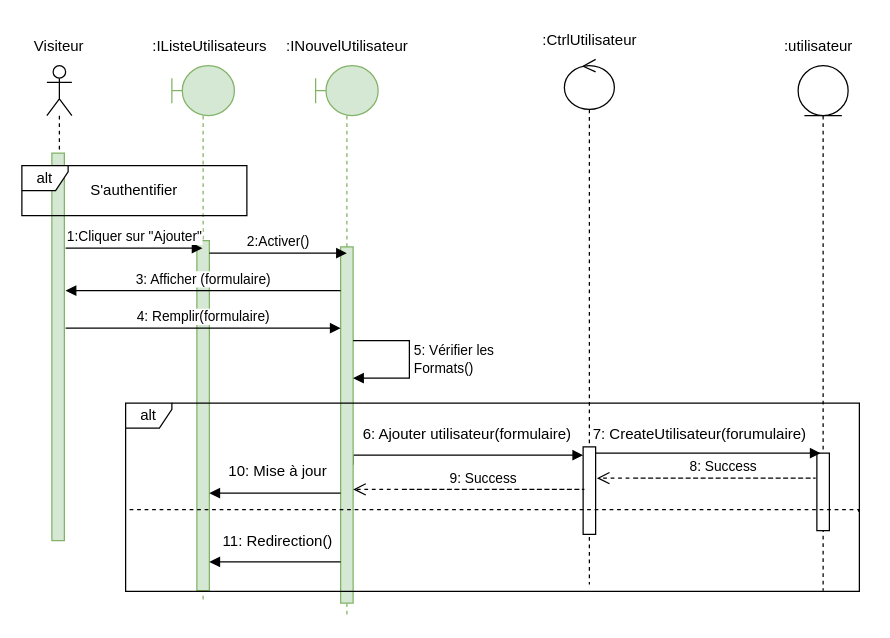
The draw.io diagram Digram de Séquence/Diagramme sans nom.drawio in mohamedimem/event-, before the edit. Source tidied: cells renumbered, new cells numbered last; positions are measured from the earlier drawing's top-left corner, leaving out a move shared by most shapes. Both pictures are drawn from the tidied source at 125%, with x=0, y=0 at pixel (21, 21).
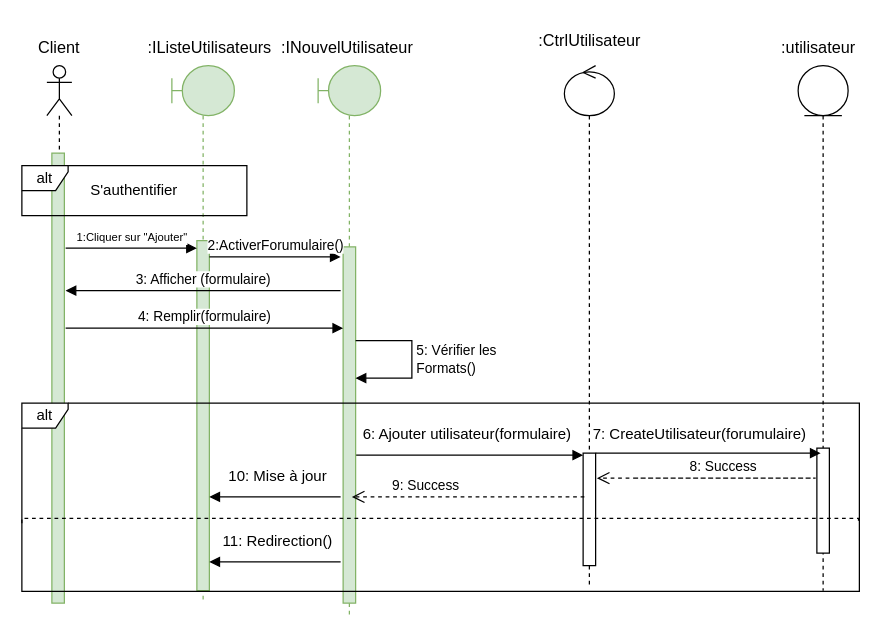
After the change.

Commit message:
Mettre à jour Diagramme sans nom.drawio

The change refers to these unchanged cells:
```xml
<mxCell id="2" style="shape=umlLifeline;perimeter=lifelinePerimeter;whiteSpace=wrap;html=1;outlineConnect=0;portConstraint=eastwest;newEdgeStyle={&quot;edgeStyle&quot;:&quot;elbowEdgeStyle&quot;,&quot;elbow&quot;:&quot;vertical&quot;,&quot;curved&quot;:0,&quot;rounded&quot;:0};participant=umlBoundary;fillColor=#d5e8d4;strokeColor=#82b366;" parent="1" vertex="1">
  <mxGeometry x="120" y="35" width="50" height="430" as="geometry" />
</mxCell>
<mxCell id="6" style="shape=umlLifeline;perimeter=lifelinePerimeter;whiteSpace=wrap;html=1;newEdgeStyle={&quot;edgeStyle&quot;:&quot;elbowEdgeStyle&quot;,&quot;elbow&quot;:&quot;vertical&quot;,&quot;curved&quot;:0,&quot;rounded&quot;:0};participant=umlEntity;" parent="1" vertex="1">
  <mxGeometry x="621" y="35" width="40" height="420" as="geometry" />
</mxCell>
```

Diff of the diagram source:
```diff
@@
     <mxCell id="4" style="shape=umlLifeline;perimeter=lifelinePerimeter;whiteSpace=wrap;html=1;newEdgeStyle={&quot;edgeStyle&quot;:&quot;elbowEdgeStyle&quot;,&quot;elbow&quot;:&quot;vertical&quot;,&quot;curved&quot;:0,&quot;rounded&quot;:0};participant=umlActor;" parent="1" vertex="1">
-      <mxGeometry x="20" y="35" width="20" height="380" as="geometry" />
+      <mxGeometry x="20" y="35" width="20" height="430" as="geometry" />
     </mxCell>
     <mxCell id="5" style="html=1;perimeter=orthogonalPerimeter;targetShapes=umlLifeline;newEdgeStyle={&quot;edgeStyle&quot;:&quot;elbowEdgeStyle&quot;,&quot;elbow&quot;:&quot;vertical&quot;,&quot;curved&quot;:0,&quot;rounded&quot;:0};fillColor=#d5e8d4;strokeColor=#82b366;" parent="4" vertex="1">
-      <mxGeometry x="4" y="70" width="10" height="310" as="geometry" />
+      <mxGeometry x="4" y="70" width="10" height="360" as="geometry" />
     </mxCell>
@@
     <mxCell id="7" style="html=1;perimeter=orthogonalPerimeter;targetShapes=umlLifeline;newEdgeStyle={&quot;edgeStyle&quot;:&quot;elbowEdgeStyle&quot;,&quot;elbow&quot;:&quot;vertical&quot;,&quot;curved&quot;:0,&quot;rounded&quot;:0};" parent="6" vertex="1">
-      <mxGeometry x="15" y="310" width="10" height="62" as="geometry" />
+      <mxGeometry x="15" y="306" width="10" height="84" as="geometry" />
     </mxCell>
     <mxCell id="8" style="shape=umlLifeline;perimeter=lifelinePerimeter;whiteSpace=wrap;html=1;newEdgeStyle={&quot;edgeStyle&quot;:&quot;elbowEdgeStyle&quot;,&quot;elbow&quot;:&quot;vertical&quot;,&quot;curved&quot;:0,&quot;rounded&quot;:0};participant=umlControl;" parent="1" vertex="1">
-      <mxGeometry x="434" y="30" width="40" height="420" as="geometry" />
+      <mxGeometry x="434" y="35" width="40" height="415" as="geometry" />
     </mxCell>
     <mxCell id="9" style="html=1;points=[];perimeter=orthogonalPerimeter;outlineConnect=0;targetShapes=umlLifeline;portConstraint=eastwest;newEdgeStyle={&quot;edgeStyle&quot;:&quot;elbowEdgeStyle&quot;,&quot;elbow&quot;:&quot;vertical&quot;,&quot;curved&quot;:0,&quot;rounded&quot;:0};" parent="8" vertex="1">
-      <mxGeometry x="15" y="310" width="10" height="70" as="geometry" />
+      <mxGeometry x="15" y="310" width="10" height="90" as="geometry" />
     </mxCell>
-    <mxCell id="10" value="1:Cliquer sur &quot;Ajouter&quot;" style="html=1;verticalAlign=bottom;endArrow=block;edgeStyle=elbowEdgeStyle;elbow=vertical;curved=0;rounded=0;" parent="1" edge="1" target="2">
-      <mxGeometry relative="1" as="geometry">
-        <mxPoint x="35" y="181" as="sourcePoint" />
-        <Array as="points">
-          <mxPoint x="135" y="181" />
-          <mxPoint x="145" y="161" />
-          <mxPoint x="45" y="131" />
-          <mxPoint x="95" y="131" />
-        </Array>
-      </mxGeometry>
-    </mxCell>
-    <mxCell id="11" value=":INouvelUtilisateur" style="text;html=1;align=center;verticalAlign=middle;strokeColor=none;fillColor=none;" parent="1" vertex="1">
-      <mxGeometry x="200" y="5" width="120" height="30" as="geometry" />
+    <mxCell id="11" value=":INouvelUtilisateur" style="text;html=1;align=center;verticalAlign=middle;strokeColor=none;fillColor=none;fontSize=13;" parent="1" vertex="1">
+      <mxGeometry x="195" y="5" width="130" height="30" as="geometry" />
     </mxCell>
-    <mxCell id="12" value=":CtrlUtilisateur" style="text;html=1;align=center;verticalAlign=middle;strokeColor=none;fillColor=none;" parent="1" vertex="1">
-      <mxGeometry x="404" width="100" height="30" as="geometry" />
+    <mxCell id="12" value=":CtrlUtilisateur" style="text;html=1;align=center;verticalAlign=middle;strokeColor=none;fillColor=none;fontSize=13;" parent="1" vertex="1">
+      <mxGeometry x="399" width="110" height="30" as="geometry" />
     </mxCell>
-    <mxCell id="13" value=":utilisateur" style="text;html=1;align=center;verticalAlign=middle;strokeColor=none;fillColor=none;" parent="1" vertex="1">
+    <mxCell id="13" value=":utilisateur" style="text;html=1;align=center;verticalAlign=middle;strokeColor=none;fillColor=none;fontSize=13;" parent="1" vertex="1">
       <mxGeometry x="597" y="5" width="80" height="30" as="geometry" />
     </mxCell>
-    <mxCell id="14" value="Visiteur" style="text;html=1;strokeColor=none;fillColor=none;align=center;verticalAlign=middle;whiteSpace=wrap;rounded=0;" parent="1" vertex="1">
+    <mxCell id="14" value="Client" style="text;html=1;strokeColor=none;fillColor=none;align=center;verticalAlign=middle;whiteSpace=wrap;rounded=0;fontSize=13;" parent="1" vertex="1">
       <mxGeometry y="5" width="60" height="30" as="geometry" />
     </mxCell>
-    <mxCell id="15" value=":IListeUtilisateurs" style="text;html=1;align=center;verticalAlign=middle;strokeColor=none;fillColor=none;" parent="1" vertex="1">
-      <mxGeometry x="95" y="5" width="110" height="30" as="geometry" />
+    <mxCell id="15" value=":IListeUtilisateurs" style="text;html=1;align=center;verticalAlign=middle;strokeColor=none;fillColor=none;fontSize=13;" parent="1" vertex="1">
+      <mxGeometry x="90" y="5" width="120" height="30" as="geometry" />
     </mxCell>
@@
     <mxCell id="19" style="shape=umlLifeline;perimeter=lifelinePerimeter;whiteSpace=wrap;html=1;newEdgeStyle={&quot;edgeStyle&quot;:&quot;elbowEdgeStyle&quot;,&quot;elbow&quot;:&quot;vertical&quot;,&quot;curved&quot;:0,&quot;rounded&quot;:0};participant=umlBoundary;fillColor=#d5e8d4;strokeColor=#82b366;" parent="1" vertex="1">
-      <mxGeometry x="235" y="35" width="50" height="440" as="geometry" />
+      <mxGeometry x="237" y="35" width="50" height="440" as="geometry" />
     </mxCell>
@@
-    <mxCell id="24" value="2:Activer()" style="html=1;verticalAlign=bottom;endArrow=block;edgeStyle=elbowEdgeStyle;elbow=vertical;curved=0;rounded=0;" parent="1" edge="1">
+    <mxCell id="24" value="2:ActiverForumulaire()" style="html=1;verticalAlign=bottom;endArrow=block;edgeStyle=elbowEdgeStyle;elbow=vertical;curved=0;rounded=0;" parent="1" edge="1">
       <mxGeometry relative="1" as="geometry">
-        <mxPoint x="150" y="185" as="sourcePoint" />
-        <mxPoint x="260" y="185" as="targetPoint" />
+        <mxPoint x="150" y="188" as="sourcePoint" />
+        <mxPoint x="255" y="188" as="targetPoint" />
         <Array as="points">
-          <mxPoint x="250" y="185" />
-          <mxPoint x="260" y="165" />
-          <mxPoint x="160" y="135" />
-          <mxPoint x="210" y="135" />
+          <mxPoint x="250" y="188" />
+          <mxPoint x="260" y="168" />
+          <mxPoint x="160" y="138" />
+          <mxPoint x="210" y="138" />
         </Array>
       </mxGeometry>
     </mxCell>
@@
     <mxCell id="27" value="alt" style="shape=umlFrame;whiteSpace=wrap;html=1;width=37;height=20;" parent="1" vertex="1">
-      <mxGeometry x="83" y="305" width="587" height="150.5" as="geometry" />
+      <mxGeometry y="305" width="670" height="150.5" as="geometry" />
     </mxCell>
@@
-    <mxCell id="29" style="html=1;verticalAlign=bottom;endArrow=none;edgeStyle=elbowEdgeStyle;elbow=vertical;curved=0;rounded=0;dashed=1;endFill=0;exitX=0.999;exitY=0.578;exitDx=0;exitDy=0;exitPerimeter=0;" parent="1" edge="1" source="27">
+    <mxCell id="29" style="html=1;verticalAlign=bottom;endArrow=none;edgeStyle=elbowEdgeStyle;elbow=vertical;curved=0;rounded=0;dashed=1;endFill=0;exitX=0.999;exitY=0.578;exitDx=0;exitDy=0;exitPerimeter=0;entryX=0;entryY=0.598;entryDx=0;entryDy=0;entryPerimeter=0;" parent="1" edge="1">
       <mxGeometry relative="1" as="geometry">
-        <mxPoint x="83" y="390.2" as="targetPoint" />
+        <mxPoint x="669.3" y="399" as="sourcePoint" />
+        <mxPoint y="402" as="targetPoint" />
         <Array as="points">
-          <mxPoint x="213" y="390.2" />
-          <mxPoint x="93" y="352.5" />
-          <mxPoint x="193" y="382.5" />
-          <mxPoint x="183" y="402.5" />
+          <mxPoint x="213" y="397.2" />
+          <mxPoint x="93" y="359.5" />
+          <mxPoint x="193" y="389.5" />
+          <mxPoint x="183" y="409.5" />
         </Array>
       </mxGeometry>
     </mxCell>
     <mxCell id="30" style="html=1;verticalAlign=bottom;endArrow=block;edgeStyle=elbowEdgeStyle;elbow=vertical;curved=0;rounded=0;" parent="1" edge="1">
       <mxGeometry relative="1" as="geometry">
-        <mxPoint x="255" y="377" as="sourcePoint" />
-        <mxPoint x="150" y="377" as="targetPoint" />
+        <mxPoint x="255" y="380" as="sourcePoint" />
+        <mxPoint x="150" y="380" as="targetPoint" />
         <Array as="points">
-          <mxPoint x="200" y="377" />
-          <mxPoint x="260" y="378.3" />
-          <mxPoint x="250" y="398.3" />
+          <mxPoint x="200" y="380" />
+          <mxPoint x="260" y="381.3" />
+          <mxPoint x="250" y="401.3" />
         </Array>
       </mxGeometry>
     </mxCell>
     <mxCell id="31" value="10: Mise à jour" style="text;html=1;strokeColor=none;fillColor=none;align=center;verticalAlign=middle;whiteSpace=wrap;rounded=0;" parent="1" vertex="1">
-      <mxGeometry x="160" y="345" width="90" height="30" as="geometry" />
+      <mxGeometry x="160" y="349" width="90" height="30" as="geometry" />
     </mxCell>
     <mxCell id="32" value="9: Success" style="html=1;verticalAlign=bottom;endArrow=open;dashed=1;endSize=8;edgeStyle=elbowEdgeStyle;elbow=vertical;curved=0;rounded=0;" parent="1" edge="1">
       <mxGeometry x="0.37" relative="1" as="geometry">
-        <mxPoint x="305" y="374" as="sourcePoint" />
-        <mxPoint x="265" y="374" as="targetPoint" />
+        <mxPoint x="450" y="380" as="sourcePoint" />
+        <mxPoint x="264" y="380" as="targetPoint" />
         <Array as="points">
-          <mxPoint x="450" y="374" />
+          <mxPoint x="440" y="380" />
         </Array>
       </mxGeometry>
     </mxCell>
@@
+    <mxCell id="10" value="&lt;font style=&quot;font-size: 9px;&quot;&gt;1:Cliquer sur &quot;Ajouter&quot;&lt;/font&gt;" style="html=1;verticalAlign=bottom;endArrow=block;edgeStyle=elbowEdgeStyle;elbow=vertical;curved=0;rounded=0;" parent="1" edge="1">
+      <mxGeometry relative="1" as="geometry">
+        <mxPoint x="35" y="181" as="sourcePoint" />
+        <mxPoint x="140" y="181" as="targetPoint" />
+        <Array as="points">
+          <mxPoint x="135" y="181" />
+          <mxPoint x="145" y="161" />
+          <mxPoint x="45" y="131" />
+          <mxPoint x="95" y="131" />
+        </Array>
+      </mxGeometry>
+    </mxCell>
```
